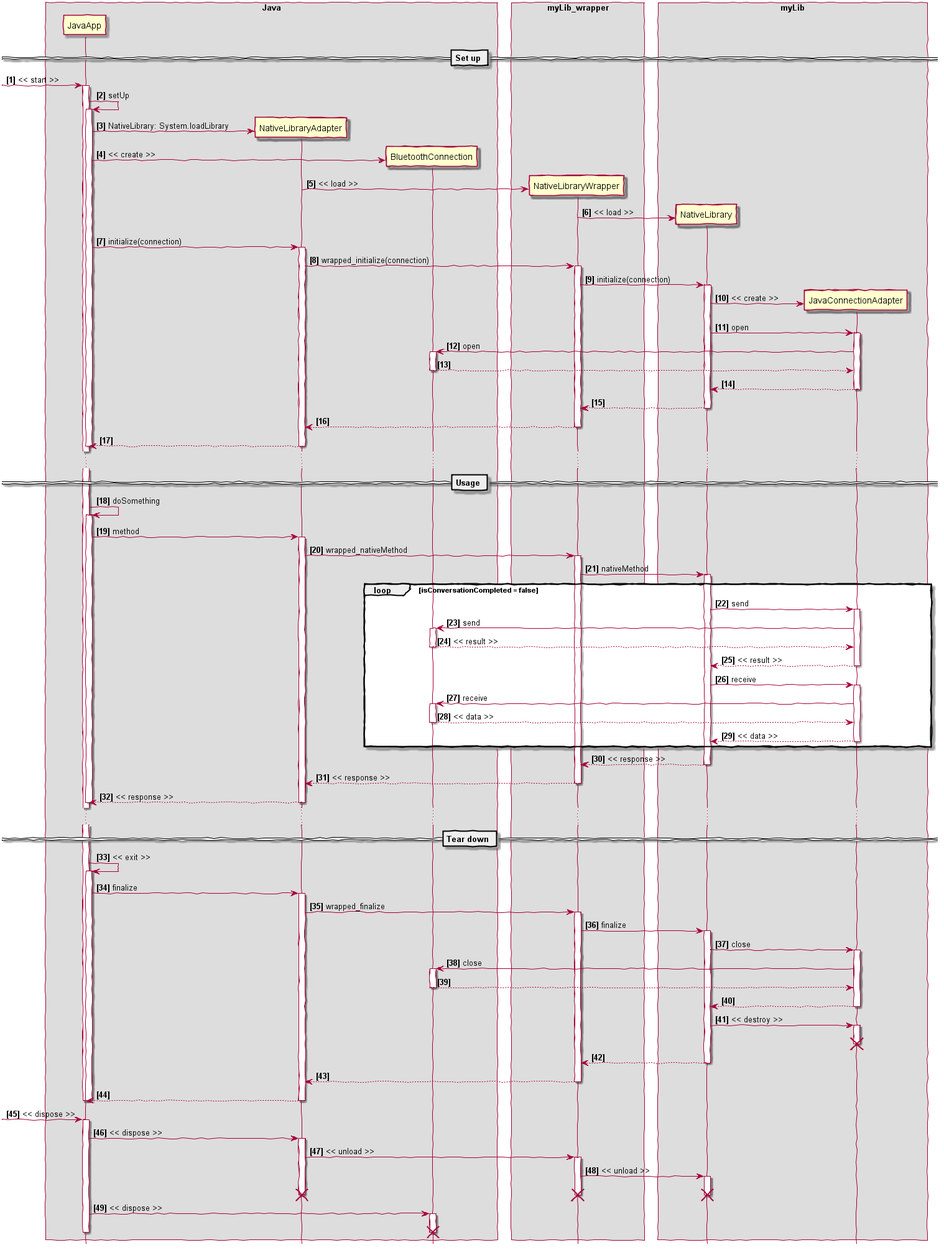
Above: cpp/img/bluetooth-cpp-android/invoke-sequence-diagram.png in gzuliani/gzuliani.github.io (PlantUML), before the change. The source it was exported from:
```plantuml
@startuml

hide footbox
autonumber "<b>[0]</b>"

skinparam handwritten true

skinparam BoxPadding 10
skinparam ParticipantPadding 25

box "Java"
participant JavaApp
participant NativeLibraryAdapter
participant BluetoothConnection
end box

box "myLib_wrapper"
participant NativeLibraryWrapper
end box

box "myLib"
participant NativeLibrary
participant JavaConnectionAdapter
end box

== Set up ==

[-> JavaApp: << start >>
activate JavaApp

JavaApp -> JavaApp: setUp
activate JavaApp

create NativeLibraryAdapter
JavaApp -> NativeLibraryAdapter: NativeLibrary: System.loadLibrary

create BluetoothConnection
JavaApp -> BluetoothConnection: << create >>

create NativeLibraryWrapper
NativeLibraryAdapter -> NativeLibraryWrapper: << load >>

create NativeLibrary
NativeLibraryWrapper -> NativeLibrary: << load >>

JavaApp -> NativeLibraryAdapter: initialize(connection)
activate NativeLibraryAdapter

NativeLibraryAdapter -> NativeLibraryWrapper: wrapped_initialize(connection)
activate NativeLibraryWrapper

NativeLibraryWrapper -> NativeLibrary: initialize(connection)
activate NativeLibrary

create JavaConnectionAdapter
NativeLibrary -> JavaConnectionAdapter: << create >>

NativeLibrary -> JavaConnectionAdapter: open
activate JavaConnectionAdapter

JavaConnectionAdapter -> BluetoothConnection: open
activate BluetoothConnection

BluetoothConnection --> JavaConnectionAdapter
deactivate BluetoothConnection

JavaConnectionAdapter --> NativeLibrary
deactivate JavaConnectionAdapter

NativeLibrary --> NativeLibraryWrapper
deactivate NativeLibrary

NativeLibraryWrapper --> NativeLibraryAdapter
deactivate NativeLibraryWrapper

NativeLibraryAdapter --> JavaApp
deactivate NativeLibraryAdapter
deactivate JavaApp

...

== Usage ==

JavaApp -> JavaApp: doSomething
activate JavaApp

JavaApp -> NativeLibraryAdapter: method
activate NativeLibraryAdapter

NativeLibraryAdapter -> NativeLibraryWrapper: wrapped_nativeMethod
activate NativeLibraryWrapper

NativeLibraryWrapper -> NativeLibrary: nativeMethod
activate NativeLibrary

loop isConversationCompleted = false
NativeLibrary -> JavaConnectionAdapter: send
activate JavaConnectionAdapter

JavaConnectionAdapter -> BluetoothConnection: send
activate BluetoothConnection

BluetoothConnection --> JavaConnectionAdapter: << result >>
deactivate BluetoothConnection

JavaConnectionAdapter --> NativeLibrary: << result >>
deactivate JavaConnectionAdapter

NativeLibrary -> JavaConnectionAdapter: receive
activate JavaConnectionAdapter

JavaConnectionAdapter -> BluetoothConnection: receive
activate BluetoothConnection

BluetoothConnection --> JavaConnectionAdapter: << data >>
deactivate BluetoothConnection

JavaConnectionAdapter --> NativeLibrary: << data >>
deactivate JavaConnectionAdapter
end

NativeLibrary --> NativeLibraryWrapper: << response >>
deactivate NativeLibrary

NativeLibraryWrapper --> NativeLibraryAdapter: << response >>
deactivate NativeLibraryWrapper

NativeLibraryAdapter --> JavaApp: << response >>
deactivate NativeLibraryAdapter
deactivate JavaApp

...

== Tear down ==

JavaApp -> JavaApp: << exit >>
activate JavaApp

JavaApp -> NativeLibraryAdapter: finalize
activate NativeLibraryAdapter

NativeLibraryAdapter -> NativeLibraryWrapper: wrapped_finalize
activate NativeLibraryWrapper

NativeLibraryWrapper -> NativeLibrary: finalize
activate NativeLibrary

NativeLibrary -> JavaConnectionAdapter: close
activate JavaConnectionAdapter

JavaConnectionAdapter -> BluetoothConnection: close
activate BluetoothConnection

BluetoothConnection --> JavaConnectionAdapter
deactivate BluetoothConnection

JavaConnectionAdapter --> NativeLibrary
deactivate JavaConnectionAdapter

NativeLibrary -> JavaConnectionAdapter: << destroy >>
activate JavaConnectionAdapter
deactivate JavaConnectionAdapter
destroy JavaConnectionAdapter

NativeLibrary --> NativeLibraryWrapper
deactivate NativeLibrary

NativeLibraryWrapper --> NativeLibraryAdapter
deactivate NativeLibraryWrapper

NativeLibraryAdapter --> JavaApp
deactivate NativeLibraryAdapter
deactivate JavaApp
deactivate JavaApp

[-> JavaApp: << dispose >>
activate JavaApp

JavaApp -> NativeLibraryAdapter: << dispose >>
activate NativeLibraryAdapter

NativeLibraryAdapter -> NativeLibraryWrapper: << unload >>
activate NativeLibraryWrapper

NativeLibraryWrapper -> NativeLibrary: << unload >>
activate NativeLibrary
deactivate NativeLibrary
destroy NativeLibrary

deactivate NativeLibraryWrapper
destroy NativeLibraryWrapper

destroy NativeLibraryAdapter

JavaApp -> BluetoothConnection: << dispose >>
activate BluetoothConnection
deactivate BluetoothConnection
destroy BluetoothConnection

deactivate JavaApp

@enduml
```
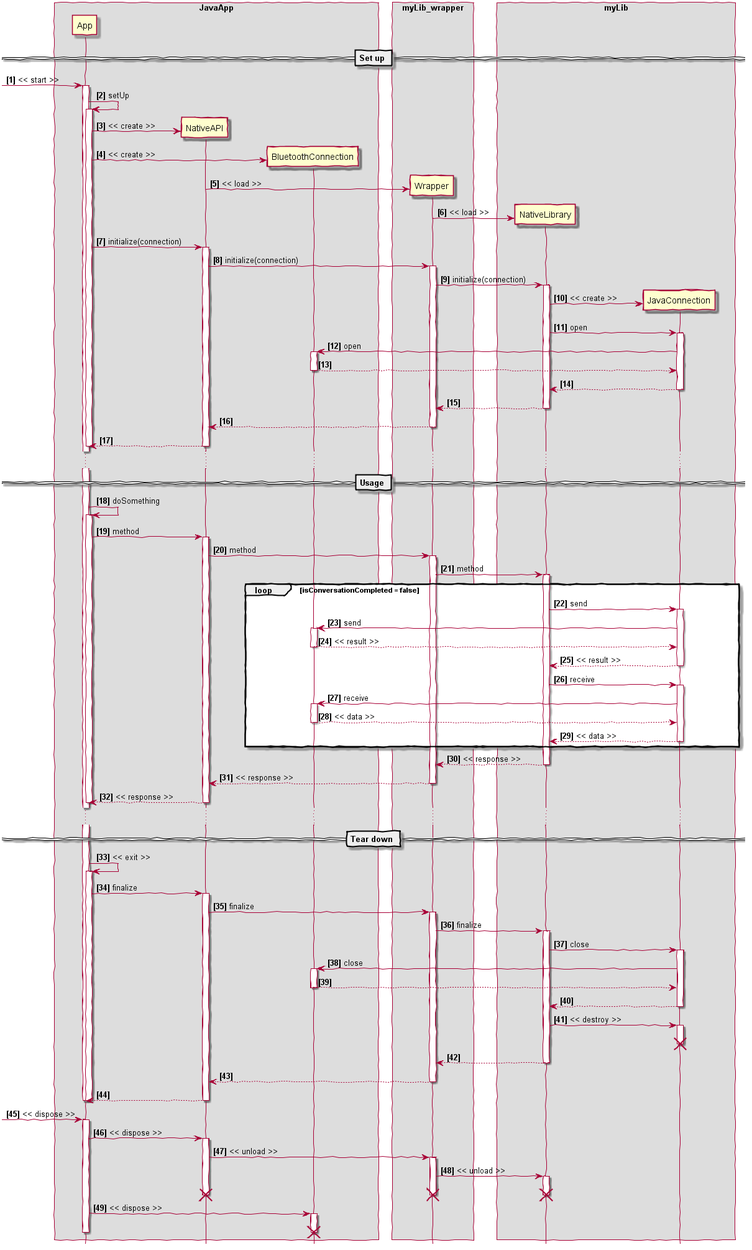
Later version of the same file.

The edit, as a diff of the source:
```diff
@@ -8,195 +8,195 @@
 skinparam BoxPadding 10
 skinparam ParticipantPadding 25
 
-box "Java"
-participant JavaApp
-participant NativeLibraryAdapter
+box "JavaApp"
+participant App
+participant NativeAPI
 participant BluetoothConnection
 end box
 
 box "myLib_wrapper"
-participant NativeLibraryWrapper
+participant Wrapper
 end box
 
 box "myLib"
 participant NativeLibrary
-participant JavaConnectionAdapter
+participant JavaConnection
 end box
 
 == Set up ==
 
-[-> JavaApp: << start >>
-activate JavaApp
+[-> App: << start >>
+activate App
 
-JavaApp -> JavaApp: setUp
-activate JavaApp
+App -> App: setUp
+activate App
 
-create NativeLibraryAdapter
-JavaApp -> NativeLibraryAdapter: NativeLibrary: System.loadLibrary
+create NativeAPI
+App -> NativeAPI: << create >>
 
 create BluetoothConnection
-JavaApp -> BluetoothConnection: << create >>
+App -> BluetoothConnection: << create >>
 
-create NativeLibraryWrapper
-NativeLibraryAdapter -> NativeLibraryWrapper: << load >>
+create Wrapper
+NativeAPI -> Wrapper: << load >>
 
 create NativeLibrary
-NativeLibraryWrapper -> NativeLibrary: << load >>
+Wrapper -> NativeLibrary: << load >>
 
-JavaApp -> NativeLibraryAdapter: initialize(connection)
-activate NativeLibraryAdapter
+App -> NativeAPI: initialize(connection)
+activate NativeAPI
 
-NativeLibraryAdapter -> NativeLibraryWrapper: wrapped_initialize(connection)
-activate NativeLibraryWrapper
+NativeAPI -> Wrapper: initialize(connection)
+activate Wrapper
 
-NativeLibraryWrapper -> NativeLibrary: initialize(connection)
+Wrapper -> NativeLibrary: initialize(connection)
 activate NativeLibrary
 
-create JavaConnectionAdapter
-NativeLibrary -> JavaConnectionAdapter: << create >>
+create JavaConnection
+NativeLibrary -> JavaConnection: << create >>
 
-NativeLibrary -> JavaConnectionAdapter: open
-activate JavaConnectionAdapter
+NativeLibrary -> JavaConnection: open
+activate JavaConnection
 
-JavaConnectionAdapter -> BluetoothConnection: open
+JavaConnection -> BluetoothConnection: open
 activate BluetoothConnection
 
-BluetoothConnection --> JavaConnectionAdapter
+BluetoothConnection --> JavaConnection
 deactivate BluetoothConnection
 
-JavaConnectionAdapter --> NativeLibrary
-deactivate JavaConnectionAdapter
+JavaConnection --> NativeLibrary
+deactivate JavaConnection
 
-NativeLibrary --> NativeLibraryWrapper
+NativeLibrary --> Wrapper
 deactivate NativeLibrary
 
-NativeLibraryWrapper --> NativeLibraryAdapter
-deactivate NativeLibraryWrapper
+Wrapper --> NativeAPI
+deactivate Wrapper
 
-NativeLibraryAdapter --> JavaApp
-deactivate NativeLibraryAdapter
-deactivate JavaApp
+NativeAPI --> App
+deactivate NativeAPI
+deactivate App
 
 ...
 
 == Usage ==
 
-JavaApp -> JavaApp: doSomething
-activate JavaApp
+App -> App: doSomething
+activate App
 
-JavaApp -> NativeLibraryAdapter: method
-activate NativeLibraryAdapter
+App -> NativeAPI: method
+activate NativeAPI
 
-NativeLibraryAdapter -> NativeLibraryWrapper: wrapped_nativeMethod
-activate NativeLibraryWrapper
+NativeAPI -> Wrapper: method
+activate Wrapper
 
-NativeLibraryWrapper -> NativeLibrary: nativeMethod
+Wrapper -> NativeLibrary: method
 activate NativeLibrary
 
 loop isConversationCompleted = false
-NativeLibrary -> JavaConnectionAdapter: send
-activate JavaConnectionAdapter
+NativeLibrary -> JavaConnection: send
+activate JavaConnection
 
-JavaConnectionAdapter -> BluetoothConnection: send
+JavaConnection -> BluetoothConnection: send
 activate BluetoothConnection
 
-BluetoothConnection --> JavaConnectionAdapter: << result >>
+BluetoothConnection --> JavaConnection: << result >>
 deactivate BluetoothConnection
 
-JavaConnectionAdapter --> NativeLibrary: << result >>
-deactivate JavaConnectionAdapter
+JavaConnection --> NativeLibrary: << result >>
+deactivate JavaConnection
 
-NativeLibrary -> JavaConnectionAdapter: receive
-activate JavaConnectionAdapter
+NativeLibrary -> JavaConnection: receive
+activate JavaConnection
 
-JavaConnectionAdapter -> BluetoothConnection: receive
+JavaConnection -> BluetoothConnection: receive
 activate BluetoothConnection
 
-BluetoothConnection --> JavaConnectionAdapter: << data >>
+BluetoothConnection --> JavaConnection: << data >>
 deactivate BluetoothConnection
 
-JavaConnectionAdapter --> NativeLibrary: << data >>
-deactivate JavaConnectionAdapter
+JavaConnection --> NativeLibrary: << data >>
+deactivate JavaConnection
 end
 
-NativeLibrary --> NativeLibraryWrapper: << response >>
+NativeLibrary --> Wrapper: << response >>
 deactivate NativeLibrary
 
-NativeLibraryWrapper --> NativeLibraryAdapter: << response >>
-deactivate NativeLibraryWrapper
+Wrapper --> NativeAPI: << response >>
+deactivate Wrapper
 
-NativeLibraryAdapter --> JavaApp: << response >>
-deactivate NativeLibraryAdapter
-deactivate JavaApp
+NativeAPI --> App: << response >>
+deactivate NativeAPI
+deactivate App
 
 ...
 
 == Tear down ==
 
-JavaApp -> JavaApp: << exit >>
-activate JavaApp
+App -> App: << exit >>
+activate App
 
-JavaApp -> NativeLibraryAdapter: finalize
-activate NativeLibraryAdapter
+App -> NativeAPI: finalize
+activate NativeAPI
 
-NativeLibraryAdapter -> NativeLibraryWrapper: wrapped_finalize
-activate NativeLibraryWrapper
+NativeAPI -> Wrapper: finalize
+activate Wrapper
 
-NativeLibraryWrapper -> NativeLibrary: finalize
+Wrapper -> NativeLibrary: finalize
 activate NativeLibrary
 
-NativeLibrary -> JavaConnectionAdapter: close
-activate JavaConnectionAdapter
+NativeLibrary -> JavaConnection: close
+activate JavaConnection
 
-JavaConnectionAdapter -> BluetoothConnection: close
+JavaConnection -> BluetoothConnection: close
 activate BluetoothConnection
 
-BluetoothConnection --> JavaConnectionAdapter
+BluetoothConnection --> JavaConnection
 deactivate BluetoothConnection
 
-JavaConnectionAdapter --> NativeLibrary
-deactivate JavaConnectionAdapter
+JavaConnection --> NativeLibrary
+deactivate JavaConnection
 
-NativeLibrary -> JavaConnectionAdapter: << destroy >>
-activate JavaConnectionAdapter
-deactivate JavaConnectionAdapter
-destroy JavaConnectionAdapter
+NativeLibrary -> JavaConnection: << destroy >>
+activate JavaConnection
+deactivate JavaConnection
+destroy JavaConnection
 
-NativeLibrary --> NativeLibraryWrapper
+NativeLibrary --> Wrapper
 deactivate NativeLibrary
 
-NativeLibraryWrapper --> NativeLibraryAdapter
-deactivate NativeLibraryWrapper
+Wrapper --> NativeAPI
+deactivate Wrapper
 
-NativeLibraryAdapter --> JavaApp
-deactivate NativeLibraryAdapter
-deactivate JavaApp
-deactivate JavaApp
+NativeAPI --> App
+deactivate NativeAPI
+deactivate App
+deactivate App
 
-[-> JavaApp: << dispose >>
-activate JavaApp
+[-> App: << dispose >>
+activate App
 
-JavaApp -> NativeLibraryAdapter: << dispose >>
-activate NativeLibraryAdapter
+App -> NativeAPI: << dispose >>
+activate NativeAPI
 
-NativeLibraryAdapter -> NativeLibraryWrapper: << unload >>
-activate NativeLibraryWrapper
+NativeAPI -> Wrapper: << unload >>
+activate Wrapper
 
-NativeLibraryWrapper -> NativeLibrary: << unload >>
+Wrapper -> NativeLibrary: << unload >>
 activate NativeLibrary
 deactivate NativeLibrary
 destroy NativeLibrary
 
-deactivate NativeLibraryWrapper
-destroy NativeLibraryWrapper
+deactivate Wrapper
+destroy Wrapper
 
-destroy NativeLibraryAdapter
+destroy NativeAPI
 
-JavaApp -> BluetoothConnection: << dispose >>
+App -> BluetoothConnection: << dispose >>
 activate BluetoothConnection
 deactivate BluetoothConnection
 destroy BluetoothConnection
 
-deactivate JavaApp
+deactivate App
 
 @enduml
```
